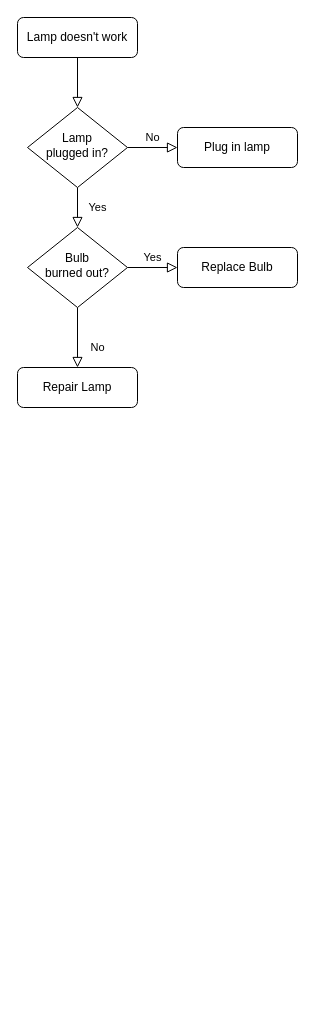
Before: 제목 없는 다이어그램.drawio in soun97/s_texst, a draw.io diagram. Source tidied: cells renumbered, new cells numbered last; positions are measured from the earlier drawing's top-left corner, leaving out a move shared by most shapes. Both pictures are drawn from the tidied source at 100%, with x=0, y=0 at pixel (17, 17).
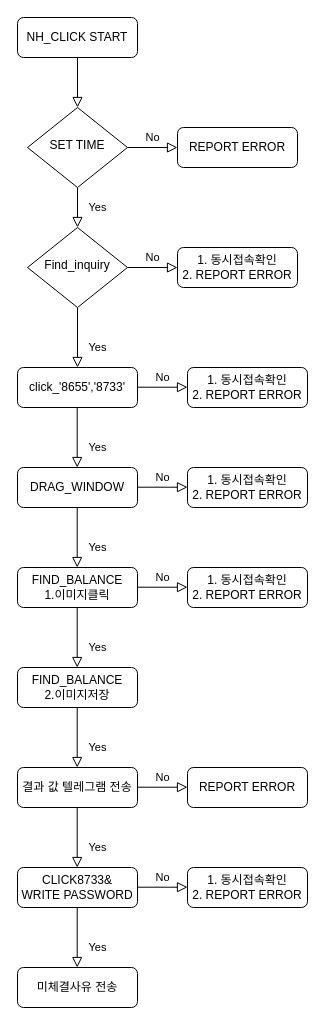
After the change.

Commit message (it also covers changes not shown here):
제목 없는 다이어그램.drawio 업데이트

What changed in the source:
```diff
@@
-    <mxCell id="3" value="Lamp doesn't work" style="rounded=1;whiteSpace=wrap;html=1;fontSize=12;glass=0;strokeWidth=1;shadow=0;" parent="1" vertex="1">
+    <mxCell id="3" value="NH_CLICK START" style="rounded=1;whiteSpace=wrap;html=1;fontSize=12;glass=0;strokeWidth=1;shadow=0;" parent="1" vertex="1">
       <mxGeometry width="120" height="40" as="geometry" />
     </mxCell>
@@
-    <mxCell id="6" value="Lamp&lt;br&gt;plugged in?" style="rhombus;whiteSpace=wrap;html=1;shadow=0;fontFamily=Helvetica;fontSize=12;align=center;strokeWidth=1;spacing=6;spacingTop=-4;" parent="1" vertex="1">
+    <mxCell id="6" value="SET TIME" style="rhombus;whiteSpace=wrap;html=1;shadow=0;fontFamily=Helvetica;fontSize=12;align=center;strokeWidth=1;spacing=6;spacingTop=-4;" parent="1" vertex="1">
       <mxGeometry x="10" y="90" width="100" height="80" as="geometry" />
     </mxCell>
-    <mxCell id="7" value="Plug in lamp" style="rounded=1;whiteSpace=wrap;html=1;fontSize=12;glass=0;strokeWidth=1;shadow=0;" parent="1" vertex="1">
+    <mxCell id="7" value="REPORT ERROR" style="rounded=1;whiteSpace=wrap;html=1;fontSize=12;glass=0;strokeWidth=1;shadow=0;" parent="1" vertex="1">
       <mxGeometry x="160" y="110" width="120" height="40" as="geometry" />
     </mxCell>
-    <mxCell id="8" value="No" style="rounded=0;html=1;jettySize=auto;fontSize=11;endArrow=block;endFill=0;endSize=8;strokeWidth=1;shadow=0;labelBackgroundColor=none;edgeStyle=orthogonalEdgeStyle;" parent="1" edge="1" source="10" target="11">
+    <mxCell id="8" value="Yes" style="rounded=0;html=1;jettySize=auto;fontSize=11;endArrow=block;endFill=0;endSize=8;strokeWidth=1;shadow=0;labelBackgroundColor=none;edgeStyle=orthogonalEdgeStyle;" parent="1" edge="1" source="10" target="11">
       <mxGeometry x="0.33" y="20" relative="1" as="geometry" />
     </mxCell>
-    <mxCell id="9" value="Yes" style="edgeStyle=orthogonalEdgeStyle;rounded=0;html=1;jettySize=auto;fontSize=11;endArrow=block;endFill=0;endSize=8;strokeWidth=1;shadow=0;labelBackgroundColor=none;" parent="1" edge="1" source="10" target="12">
+    <mxCell id="9" value="No" style="edgeStyle=orthogonalEdgeStyle;rounded=0;html=1;jettySize=auto;fontSize=11;endArrow=block;endFill=0;endSize=8;strokeWidth=1;shadow=0;labelBackgroundColor=none;" parent="1" edge="1" source="10" target="12">
       <mxGeometry y="10" relative="1" as="geometry" />
     </mxCell>
-    <mxCell id="10" value="Bulb&lt;br&gt;burned out?" style="rhombus;whiteSpace=wrap;html=1;shadow=0;fontFamily=Helvetica;fontSize=12;align=center;strokeWidth=1;spacing=6;spacingTop=-4;" parent="1" vertex="1">
+    <mxCell id="10" value="Find_inquiry" style="rhombus;whiteSpace=wrap;html=1;shadow=0;fontFamily=Helvetica;fontSize=12;align=center;strokeWidth=1;spacing=6;spacingTop=-4;" parent="1" vertex="1">
       <mxGeometry x="10" y="210" width="100" height="80" as="geometry" />
     </mxCell>
-    <mxCell id="11" value="Repair Lamp" style="rounded=1;whiteSpace=wrap;html=1;fontSize=12;glass=0;strokeWidth=1;shadow=0;" parent="1" vertex="1">
+    <mxCell id="11" value="click_'8655','8733'" style="rounded=1;whiteSpace=wrap;html=1;fontSize=12;glass=0;strokeWidth=1;shadow=0;" parent="1" vertex="1">
       <mxGeometry y="350" width="120" height="40" as="geometry" />
     </mxCell>
-    <mxCell id="12" value="Replace Bulb" style="rounded=1;whiteSpace=wrap;html=1;fontSize=12;glass=0;strokeWidth=1;shadow=0;" parent="1" vertex="1">
+    <mxCell id="12" value="1. 동시접속확인&lt;div&gt;2. REPORT ERROR&lt;/div&gt;" style="rounded=1;whiteSpace=wrap;html=1;fontSize=12;glass=0;strokeWidth=1;shadow=0;" parent="1" vertex="1">
       <mxGeometry x="160" y="230" width="120" height="40" as="geometry" />
     </mxCell>
+    <mxCell id="13" value="No" style="edgeStyle=orthogonalEdgeStyle;rounded=0;html=1;jettySize=auto;orthogonalLoop=1;fontSize=11;endArrow=block;endFill=0;endSize=8;strokeWidth=1;shadow=0;labelBackgroundColor=none;" parent="1" edge="1">
+      <mxGeometry y="10" relative="1" as="geometry">
+        <mxPoint x="120" y="369.7" as="sourcePoint" />
+        <mxPoint x="170" y="369.7" as="targetPoint" />
+      </mxGeometry>
+    </mxCell>
+    <mxCell id="14" value="1. 동시접속확인&lt;div&gt;2. REPORT ERROR&lt;/div&gt;" style="rounded=1;whiteSpace=wrap;html=1;fontSize=12;glass=0;strokeWidth=1;shadow=0;" parent="1" vertex="1">
+      <mxGeometry x="170" y="350" width="120" height="40" as="geometry" />
+    </mxCell>
+    <mxCell id="15" value="Yes" style="rounded=0;html=1;jettySize=auto;orthogonalLoop=1;fontSize=11;endArrow=block;endFill=0;endSize=8;strokeWidth=1;shadow=0;labelBackgroundColor=none;edgeStyle=orthogonalEdgeStyle;" parent="1" edge="1">
+      <mxGeometry x="0.33" y="20" relative="1" as="geometry">
+        <mxPoint x="59.7" y="390" as="sourcePoint" />
+        <mxPoint x="59.7" y="450" as="targetPoint" />
+      </mxGeometry>
+    </mxCell>
+    <mxCell id="16" value="DRAG_WINDOW" style="rounded=1;whiteSpace=wrap;html=1;fontSize=12;glass=0;strokeWidth=1;shadow=0;" parent="1" vertex="1">
+      <mxGeometry y="450" width="120" height="40" as="geometry" />
+    </mxCell>
+    <mxCell id="17" value="No" style="edgeStyle=orthogonalEdgeStyle;rounded=0;html=1;jettySize=auto;orthogonalLoop=1;fontSize=11;endArrow=block;endFill=0;endSize=8;strokeWidth=1;shadow=0;labelBackgroundColor=none;" parent="1" edge="1">
+      <mxGeometry y="10" relative="1" as="geometry">
+        <mxPoint x="120" y="469.7" as="sourcePoint" />
+        <mxPoint x="170" y="469.7" as="targetPoint" />
+      </mxGeometry>
+    </mxCell>
+    <mxCell id="18" value="1. 동시접속확인&lt;div&gt;2. REPORT ERROR&lt;/div&gt;" style="rounded=1;whiteSpace=wrap;html=1;fontSize=12;glass=0;strokeWidth=1;shadow=0;" parent="1" vertex="1">
+      <mxGeometry x="170" y="450" width="120" height="40" as="geometry" />
+    </mxCell>
+    <mxCell id="19" value="FIND_BALANCE&lt;div&gt;1.이미지클릭&lt;/div&gt;" style="rounded=1;whiteSpace=wrap;html=1;fontSize=12;glass=0;strokeWidth=1;shadow=0;" parent="1" vertex="1">
+      <mxGeometry y="550" width="120" height="40" as="geometry" />
+    </mxCell>
+    <mxCell id="20" value="Yes" style="rounded=0;html=1;jettySize=auto;orthogonalLoop=1;fontSize=11;endArrow=block;endFill=0;endSize=8;strokeWidth=1;shadow=0;labelBackgroundColor=none;edgeStyle=orthogonalEdgeStyle;" parent="1" edge="1">
+      <mxGeometry x="0.33" y="20" relative="1" as="geometry">
+        <mxPoint x="59.7" y="490" as="sourcePoint" />
+        <mxPoint x="59.7" y="550" as="targetPoint" />
+      </mxGeometry>
+    </mxCell>
+    <mxCell id="21" value="No" style="edgeStyle=orthogonalEdgeStyle;rounded=0;html=1;jettySize=auto;orthogonalLoop=1;fontSize=11;endArrow=block;endFill=0;endSize=8;strokeWidth=1;shadow=0;labelBackgroundColor=none;" parent="1" edge="1">
+      <mxGeometry y="10" relative="1" as="geometry">
+        <mxPoint x="120" y="569.7" as="sourcePoint" />
+        <mxPoint x="170" y="569.7" as="targetPoint" />
+      </mxGeometry>
+    </mxCell>
+    <mxCell id="22" value="1. 동시접속확인&lt;div&gt;2. REPORT ERROR&lt;/div&gt;" style="rounded=1;whiteSpace=wrap;html=1;fontSize=12;glass=0;strokeWidth=1;shadow=0;" parent="1" vertex="1">
+      <mxGeometry x="170" y="550" width="120" height="40" as="geometry" />
+    </mxCell>
+    <mxCell id="23" value="Yes" style="rounded=0;html=1;jettySize=auto;orthogonalLoop=1;fontSize=11;endArrow=block;endFill=0;endSize=8;strokeWidth=1;shadow=0;labelBackgroundColor=none;edgeStyle=orthogonalEdgeStyle;" parent="1" edge="1">
+      <mxGeometry x="0.33" y="20" relative="1" as="geometry">
+        <mxPoint x="59.7" y="590" as="sourcePoint" />
+        <mxPoint x="59.7" y="650" as="targetPoint" />
+      </mxGeometry>
+    </mxCell>
+    <mxCell id="24" value="FIND_BALANCE&lt;div&gt;2.이미지저장&lt;/div&gt;" style="rounded=1;whiteSpace=wrap;html=1;fontSize=12;glass=0;strokeWidth=1;shadow=0;" parent="1" vertex="1">
+      <mxGeometry y="650" width="120" height="40" as="geometry" />
+    </mxCell>
+    <mxCell id="25" value="Yes" style="rounded=0;html=1;jettySize=auto;orthogonalLoop=1;fontSize=11;endArrow=block;endFill=0;endSize=8;strokeWidth=1;shadow=0;labelBackgroundColor=none;edgeStyle=orthogonalEdgeStyle;" parent="1" edge="1">
+      <mxGeometry x="0.33" y="20" relative="1" as="geometry">
+        <mxPoint x="59.7" y="690" as="sourcePoint" />
+        <mxPoint x="59.7" y="750" as="targetPoint" />
+      </mxGeometry>
+    </mxCell>
+    <mxCell id="26" value="결과 값 텔레그램 전송" style="rounded=1;whiteSpace=wrap;html=1;fontSize=12;glass=0;strokeWidth=1;shadow=0;" parent="1" vertex="1">
+      <mxGeometry y="750" width="120" height="40" as="geometry" />
+    </mxCell>
+    <mxCell id="27" value="REPORT ERROR" style="rounded=1;whiteSpace=wrap;html=1;fontSize=12;glass=0;strokeWidth=1;shadow=0;" parent="1" vertex="1">
+      <mxGeometry x="170" y="750" width="120" height="40" as="geometry" />
+    </mxCell>
+    <mxCell id="28" value="No" style="edgeStyle=orthogonalEdgeStyle;rounded=0;html=1;jettySize=auto;orthogonalLoop=1;fontSize=11;endArrow=block;endFill=0;endSize=8;strokeWidth=1;shadow=0;labelBackgroundColor=none;" parent="1" edge="1">
+      <mxGeometry y="10" relative="1" as="geometry">
+        <mxPoint x="120" y="769.7" as="sourcePoint" />
+        <mxPoint x="170" y="769.7" as="targetPoint" />
+      </mxGeometry>
+    </mxCell>
+    <mxCell id="29" value="Yes" style="rounded=0;html=1;jettySize=auto;orthogonalLoop=1;fontSize=11;endArrow=block;endFill=0;endSize=8;strokeWidth=1;shadow=0;labelBackgroundColor=none;edgeStyle=orthogonalEdgeStyle;" parent="1" edge="1">
+      <mxGeometry x="0.33" y="20" relative="1" as="geometry">
+        <mxPoint x="59.7" y="790" as="sourcePoint" />
+        <mxPoint x="59.7" y="850" as="targetPoint" />
+      </mxGeometry>
+    </mxCell>
+    <mxCell id="30" value="CLICK8733&amp;amp;&lt;div&gt;WRITE PASSWORD&lt;/div&gt;" style="rounded=1;whiteSpace=wrap;html=1;fontSize=12;glass=0;strokeWidth=1;shadow=0;" parent="1" vertex="1">
+      <mxGeometry y="850" width="120" height="40" as="geometry" />
+    </mxCell>
+    <mxCell id="31" value="No" style="edgeStyle=orthogonalEdgeStyle;rounded=0;html=1;jettySize=auto;orthogonalLoop=1;fontSize=11;endArrow=block;endFill=0;endSize=8;strokeWidth=1;shadow=0;labelBackgroundColor=none;" parent="1" edge="1">
+      <mxGeometry y="10" relative="1" as="geometry">
+        <mxPoint x="120" y="869.7" as="sourcePoint" />
+        <mxPoint x="170" y="869.7" as="targetPoint" />
+      </mxGeometry>
+    </mxCell>
+    <mxCell id="32" value="1. 동시접속확인&lt;div&gt;2. REPORT ERROR&lt;/div&gt;" style="rounded=1;whiteSpace=wrap;html=1;fontSize=12;glass=0;strokeWidth=1;shadow=0;" parent="1" vertex="1">
+      <mxGeometry x="170" y="850" width="120" height="40" as="geometry" />
+    </mxCell>
+    <mxCell id="33" value="Yes" style="rounded=0;html=1;jettySize=auto;orthogonalLoop=1;fontSize=11;endArrow=block;endFill=0;endSize=8;strokeWidth=1;shadow=0;labelBackgroundColor=none;edgeStyle=orthogonalEdgeStyle;" parent="1" edge="1">
+      <mxGeometry x="0.33" y="20" relative="1" as="geometry">
+        <mxPoint x="59.7" y="890" as="sourcePoint" />
+        <mxPoint x="59.7" y="950" as="targetPoint" />
+      </mxGeometry>
+    </mxCell>
+    <mxCell id="34" value="미체결사유 전송" style="rounded=1;whiteSpace=wrap;html=1;fontSize=12;glass=0;strokeWidth=1;shadow=0;" parent="1" vertex="1">
+      <mxGeometry y="950" width="120" height="40" as="geometry" />
+    </mxCell>
```
